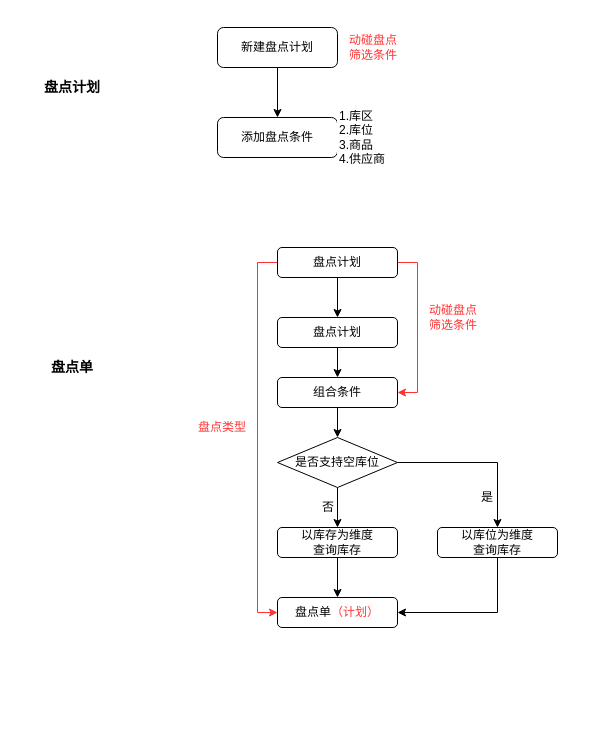
This is 盘点单创建.drawio from 18516264210/aikucun, a draw.io file, before an edit. Source tidied: cells renumbered, new cells numbered last; positions are measured from the earlier drawing's top-left corner, leaving out a move shared by most shapes. Both pictures are drawn from the tidied source at 100%, with x=0, y=0 at pixel (17, 17).
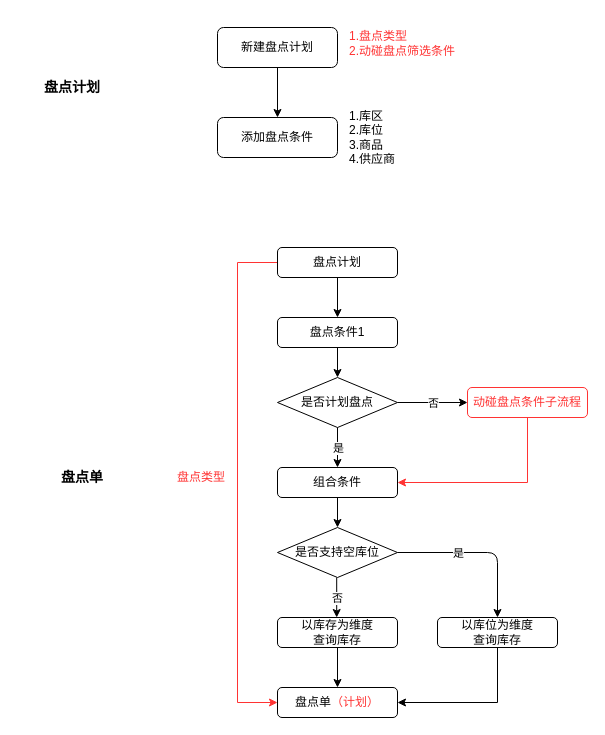
The same diagram, later.

Commit message (it also covers changes not shown here):
更新盘点单创建.drawio

Unchanged cells that the change refers to:
```xml
<mxCell id="12" value="盘点计划" style="rounded=1;whiteSpace=wrap;html=1;strokeColor=#000000;" parent="1" vertex="1">
  <mxGeometry x="260" y="230" width="120" height="30" as="geometry" />
</mxCell>
```

Change to the diagram source:
```diff
@@
-    <mxCell id="6" value="&lt;font color=&quot;#ff3333&quot;&gt;动碰盘点&lt;br&gt;筛选条件&lt;/font&gt;" style="text;html=1;strokeColor=#FFFFFF;fillColor=none;align=left;verticalAlign=middle;whiteSpace=wrap;rounded=0;" parent="1" vertex="1">
-      <mxGeometry x="330" width="70" height="60" as="geometry" />
+    <mxCell id="6" value="&lt;font color=&quot;#ff3333&quot;&gt;1.盘点类型&lt;br&gt;2.动碰盘点筛选条件&lt;br&gt;&lt;/font&gt;" style="text;html=1;strokeColor=#FFFFFF;fillColor=none;align=left;verticalAlign=middle;whiteSpace=wrap;rounded=0;" parent="1" vertex="1">
+      <mxGeometry x="330" y="1" width="200" height="50" as="geometry" />
     </mxCell>
     <mxCell id="7" value="&lt;b&gt;&lt;font style=&quot;font-size: 14px&quot;&gt;盘点单&lt;/font&gt;&lt;/b&gt;" style="text;html=1;strokeColor=none;fillColor=none;align=center;verticalAlign=middle;whiteSpace=wrap;rounded=0;" parent="1" vertex="1">
-      <mxGeometry y="340" width="110" height="20" as="geometry" />
+      <mxGeometry x="10" y="450" width="110" height="20" as="geometry" />
     </mxCell>
     <mxCell id="8" value="1.库区&lt;br&gt;2.库位&lt;br&gt;3.商品&lt;br&gt;4.供应商" style="text;html=1;strokeColor=#FFFFFF;fillColor=none;align=left;verticalAlign=middle;whiteSpace=wrap;rounded=0;shadow=0;" parent="1" vertex="1">
-      <mxGeometry x="320" y="90" width="110" height="60" as="geometry" />
+      <mxGeometry x="330" y="90" width="110" height="60" as="geometry" />
     </mxCell>
+    <mxCell id="11" style="edgeStyle=orthogonalEdgeStyle;rounded=0;jettySize=auto;html=1;entryX=0;entryY=0.5;entryDx=0;entryDy=0;strokeColor=#FF3333;" parent="1" edge="1" source="12" target="27">
+      <mxGeometry relative="1" as="geometry">
+        <Array as="points">
+          <mxPoint x="220" y="245" />
+          <mxPoint x="220" y="685" />
+        </Array>
+      </mxGeometry>
+    </mxCell>
-    <mxCell id="9" style="edgeStyle=orthogonalEdgeStyle;rounded=0;jettySize=auto;html=1;exitX=0.5;exitY=1;exitDx=0;exitDy=0;entryX=0.5;entryY=0;entryDx=0;entryDy=0;" parent="1" edge="1" source="12" target="14">
+    <mxCell id="9" style="edgeStyle=orthogonalEdgeStyle;rounded=0;jettySize=auto;html=1;entryX=0.5;entryY=0;entryDx=0;entryDy=0;strokeColor=#000000;" parent="1" edge="1" source="12" target="14">
       <mxGeometry relative="1" as="geometry" />
     </mxCell>
-    <mxCell id="10" style="edgeStyle=orthogonalEdgeStyle;rounded=0;jettySize=auto;html=1;exitX=1;exitY=0.5;exitDx=0;exitDy=0;entryX=1;entryY=0.5;entryDx=0;entryDy=0;strokeColor=#FF3333;" parent="1" edge="1" source="12" target="16">
-      <mxGeometry relative="1" as="geometry" />
-    </mxCell>
-    <mxCell id="11" style="edgeStyle=orthogonalEdgeStyle;rounded=0;jettySize=auto;html=1;entryX=0;entryY=0.5;entryDx=0;entryDy=0;strokeColor=#FF3333;" parent="1" edge="1" source="12" target="27">
-      <mxGeometry relative="1" as="geometry">
-        <Array as="points">
-          <mxPoint x="240" y="245" />
-          <mxPoint x="240" y="595" />
-        </Array>
-      </mxGeometry>
-    </mxCell>
@@
-    <mxCell id="13" style="edgeStyle=orthogonalEdgeStyle;rounded=0;jettySize=auto;html=1;exitX=0.5;exitY=1;exitDx=0;exitDy=0;entryX=0.5;entryY=0;entryDx=0;entryDy=0;" parent="1" edge="1" source="14" target="16">
-      <mxGeometry relative="1" as="geometry" />
-    </mxCell>
+    <mxCell id="29" style="edgeStyle=orthogonalEdgeStyle;rounded=0;jettySize=auto;html=1;entryX=0.5;entryY=0;entryDx=0;entryDy=0;strokeColor=#000000;" parent="1" edge="1" source="14" target="32">
+      <mxGeometry relative="1" as="geometry" />
+    </mxCell>
-    <mxCell id="14" value="盘点计划" style="rounded=1;whiteSpace=wrap;html=1;strokeColor=#000000;" parent="1" vertex="1">
+    <mxCell id="14" value="盘点条件1" style="rounded=1;whiteSpace=wrap;html=1;strokeColor=#000000;" parent="1" vertex="1">
       <mxGeometry x="260" y="300" width="120" height="30" as="geometry" />
     </mxCell>
@@
     <mxCell id="16" value="组合条件" style="rounded=1;whiteSpace=wrap;html=1;strokeColor=#000000;" parent="1" vertex="1">
-      <mxGeometry x="260" y="360" width="120" height="30" as="geometry" />
+      <mxGeometry x="260" y="450" width="120" height="30" as="geometry" />
     </mxCell>
-    <mxCell id="17" style="edgeStyle=orthogonalEdgeStyle;rounded=0;jettySize=auto;html=1;exitX=1;exitY=0.5;exitDx=0;exitDy=0;entryX=0.5;entryY=0;entryDx=0;entryDy=0;strokeColor=#000000;" parent="1" edge="1" source="19" target="24">
-      <mxGeometry relative="1" as="geometry" />
-    </mxCell>
-    <mxCell id="18" style="edgeStyle=orthogonalEdgeStyle;rounded=0;jettySize=auto;html=1;exitX=0.5;exitY=1;exitDx=0;exitDy=0;entryX=0.5;entryY=0;entryDx=0;entryDy=0;strokeColor=#000000;" parent="1" edge="1" source="19" target="22">
-      <mxGeometry relative="1" as="geometry" />
-    </mxCell>
     <mxCell id="19" value="是否支持空库位" style="rhombus;whiteSpace=wrap;html=1;strokeColor=#000000;" parent="1" vertex="1">
-      <mxGeometry x="260" y="420" width="120" height="50" as="geometry" />
+      <mxGeometry x="260" y="510" width="120" height="50" as="geometry" />
     </mxCell>
-    <mxCell id="20" value="&lt;font color=&quot;#ff3333&quot;&gt;动碰盘点&lt;br&gt;筛选条件&lt;/font&gt;" style="text;html=1;strokeColor=#FFFFFF;fillColor=none;align=left;verticalAlign=middle;whiteSpace=wrap;rounded=0;" parent="1" vertex="1">
-      <mxGeometry x="410" y="270" width="60" height="60" as="geometry" />
-    </mxCell>
@@
     <mxCell id="22" value="以库存为维度&lt;br&gt;查询库存" style="rounded=1;whiteSpace=wrap;html=1;strokeColor=#000000;" parent="1" vertex="1">
-      <mxGeometry x="260" y="510" width="120" height="30" as="geometry" />
+      <mxGeometry x="260" y="600" width="120" height="30" as="geometry" />
     </mxCell>
     <mxCell id="23" style="edgeStyle=orthogonalEdgeStyle;rounded=0;jettySize=auto;html=1;entryX=1;entryY=0.5;entryDx=0;entryDy=0;strokeColor=#000000;" parent="1" edge="1" source="24" target="27">
       <mxGeometry relative="1" as="geometry">
         <Array as="points">
-          <mxPoint x="480" y="595" />
+          <mxPoint x="480" y="685" />
         </Array>
       </mxGeometry>
     </mxCell>
     <mxCell id="24" value="以库位为维度&lt;br&gt;查询库存" style="rounded=1;whiteSpace=wrap;html=1;strokeColor=#000000;" parent="1" vertex="1">
-      <mxGeometry x="420" y="510" width="120" height="30" as="geometry" />
+      <mxGeometry x="420" y="600" width="120" height="30" as="geometry" />
     </mxCell>
-    <mxCell id="25" value="是&lt;br&gt;" style="text;html=1;strokeColor=none;fillColor=none;align=center;verticalAlign=middle;whiteSpace=wrap;rounded=0;shadow=0;" parent="1" vertex="1">
-      <mxGeometry x="450" y="470" width="40" height="20" as="geometry" />
-    </mxCell>
-    <mxCell id="26" value="否" style="text;html=1;strokeColor=none;fillColor=none;align=center;verticalAlign=middle;whiteSpace=wrap;rounded=0;shadow=0;" parent="1" vertex="1">
-      <mxGeometry x="291" y="480" width="40" height="20" as="geometry" />
-    </mxCell>
     <mxCell id="27" value="盘点单&lt;font color=&quot;#ff3333&quot;&gt;（计划）&lt;/font&gt;" style="rounded=1;whiteSpace=wrap;html=1;strokeColor=#000000;" parent="1" vertex="1">
-      <mxGeometry x="260" y="580" width="120" height="30" as="geometry" />
+      <mxGeometry x="260" y="670" width="120" height="30" as="geometry" />
     </mxCell>
     <mxCell id="28" value="&lt;font color=&quot;#ff3333&quot;&gt;盘点类型&lt;/font&gt;" style="text;html=1;strokeColor=#FFFFFF;fillColor=none;align=left;verticalAlign=middle;whiteSpace=wrap;rounded=0;" parent="1" vertex="1">
-      <mxGeometry x="179" y="380" width="60" height="60" as="geometry" />
+      <mxGeometry x="158" y="430" width="60" height="60" as="geometry" />
     </mxCell>
+    <mxCell id="30" style="edgeStyle=orthogonalEdgeStyle;rounded=0;jettySize=auto;html=1;entryX=1;entryY=0.5;entryDx=0;entryDy=0;strokeColor=#FF3333;" parent="1" edge="1" source="31" target="16">
+      <mxGeometry relative="1" as="geometry">
+        <Array as="points">
+          <mxPoint x="510" y="465" />
+        </Array>
+      </mxGeometry>
+    </mxCell>
+    <mxCell id="31" value="&lt;font color=&quot;#ff3333&quot;&gt;动碰盘点条件子流程&lt;/font&gt;" style="rounded=1;whiteSpace=wrap;html=1;strokeColor=#FF3333;" parent="1" vertex="1">
+      <mxGeometry x="450" y="370" width="120" height="30" as="geometry" />
+    </mxCell>
+    <mxCell id="32" value="是否计划盘点" style="rhombus;whiteSpace=wrap;html=1;strokeColor=#000000;" parent="1" vertex="1">
+      <mxGeometry x="260" y="360" width="120" height="50" as="geometry" />
+    </mxCell>
+    <mxCell id="33" style="endArrow=classic;html=1;strokeColor=#000000;exitX=1;exitY=0.5;exitDx=0;exitDy=0;entryX=0;entryY=0.5;entryDx=0;entryDy=0;" parent="1" edge="1" source="32" target="31">
+      <mxGeometry relative="1" as="geometry" />
+    </mxCell>
+    <mxCell id="34" value="否" style="edgeLabel;html=1;align=center;verticalAlign=middle;" parent="33" vertex="1">
+      <mxGeometry relative="1" as="geometry" />
+    </mxCell>
+    <mxCell id="35" style="endArrow=classic;html=1;strokeColor=#000000;exitX=0.5;exitY=1;exitDx=0;exitDy=0;entryX=0.5;entryY=0;entryDx=0;entryDy=0;" parent="1" edge="1" source="32" target="16">
+      <mxGeometry relative="1" as="geometry" />
+    </mxCell>
+    <mxCell id="36" value="是" style="edgeLabel;html=1;align=center;verticalAlign=middle;" parent="35" vertex="1">
+      <mxGeometry relative="1" as="geometry" />
+    </mxCell>
+    <mxCell id="37" style="endArrow=classic;html=1;strokeColor=#000000;exitX=0.5;exitY=1;exitDx=0;exitDy=0;entryX=0.5;entryY=0;entryDx=0;entryDy=0;" parent="1" edge="1">
+      <mxGeometry relative="1" as="geometry">
+        <mxPoint x="319.2" y="560" as="sourcePoint" />
+        <mxPoint x="319.2" y="600" as="targetPoint" />
+      </mxGeometry>
+    </mxCell>
+    <mxCell id="38" value="否" style="edgeLabel;html=1;align=center;verticalAlign=middle;" parent="37" vertex="1">
+      <mxGeometry relative="1" as="geometry" />
+    </mxCell>
+    <mxCell id="17" style="endArrow=classic;html=1;strokeColor=#000000;exitX=1;exitY=0.5;exitDx=0;exitDy=0;entryX=0.5;entryY=0;entryDx=0;entryDy=0;" parent="1" edge="1" source="19" target="24">
+      <mxGeometry relative="1" as="geometry">
+        <Array as="points">
+          <mxPoint x="480" y="535" />
+        </Array>
+      </mxGeometry>
+    </mxCell>
+    <mxCell id="39" value="是" style="edgeLabel;html=1;align=center;verticalAlign=middle;" parent="17" vertex="1">
+      <mxGeometry relative="1" as="geometry">
+        <mxPoint x="-22.5" as="offset" />
+      </mxGeometry>
+    </mxCell>
```
